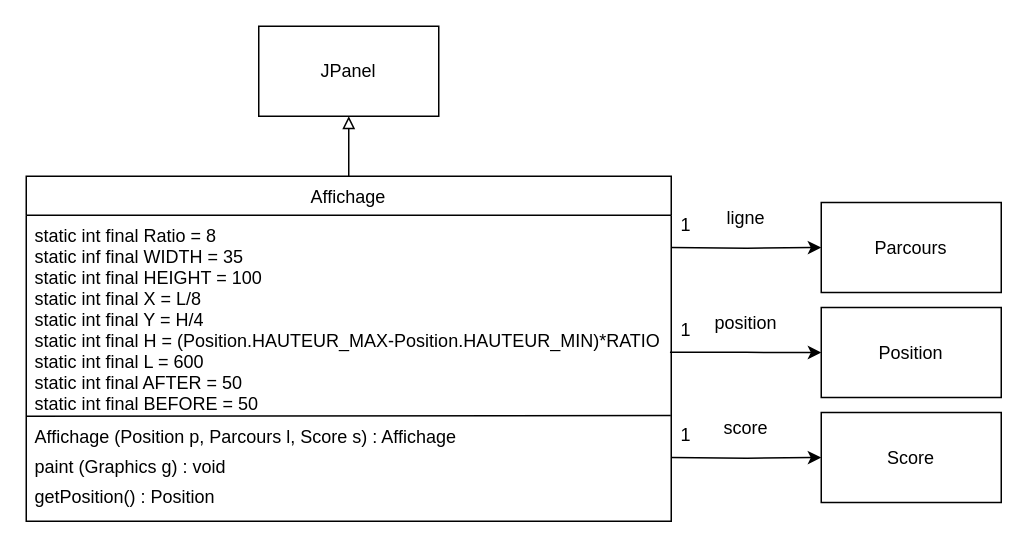
Above: ressources/Affichage.drawio in SushiAtomiqueUPS/PCII_ProjetTutore (draw.io), before the change. Source tidied: cells renumbered, new cells numbered last; positions are measured from the earlier drawing's top-left corner, leaving out a move shared by most shapes. Both pictures are drawn from the tidied source at 150%, with x=0, y=0 at pixel (26, 26).
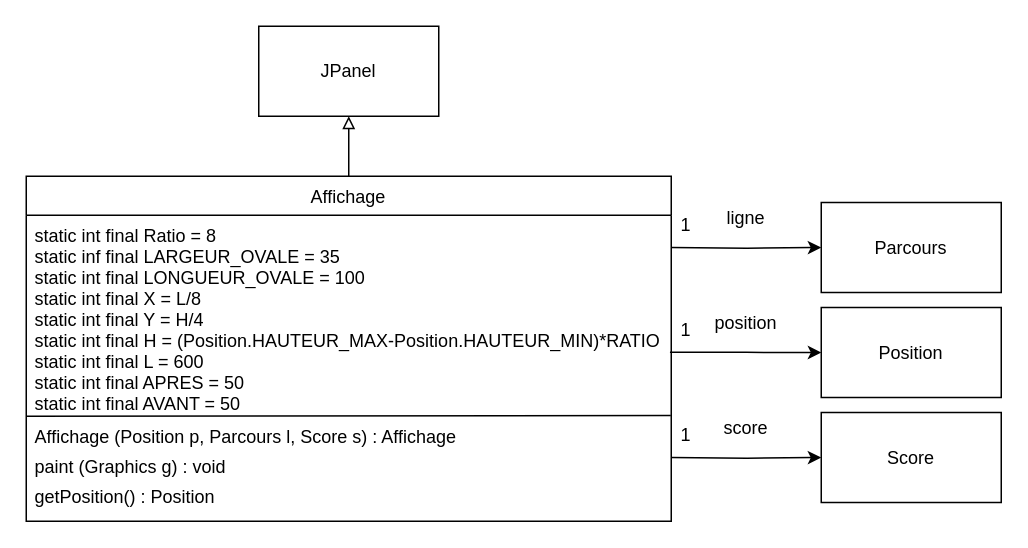
The same diagram, later.

Unchanged cells that the change refers to:
```xml
<mxCell id="3" value="Affichage" style="swimlane;fontStyle=0;align=center;verticalAlign=top;horizontal=1;startSize=26;rounded=0;shadow=0;strokeWidth=1;" parent="1" vertex="1">
  <mxGeometry y="100" width="430" height="230" as="geometry" />
</mxCell>
```

The edit, as a diff of the source:
```diff
@@
-    <mxCell id="4" value="static int final Ratio = 8&#10;static inf final WIDTH = 35&#10;static int final HEIGHT = 100&#10;static int final X = L/8&#10;static int final Y = H/4&#10;static int final H = (Position.HAUTEUR_MAX-Position.HAUTEUR_MIN)*RATIO &#10;static int final L = 600&#10;static int final AFTER = 50&#10;static int final BEFORE = 50" style="text;align=left;verticalAlign=top;spacingLeft=4;spacingRight=4;overflow=hidden;points=[[0,0.5],[1,0.5]];portConstraint=eastwest;" parent="3" vertex="1">
+    <mxCell id="4" value="static int final Ratio = 8&#10;static inf final LARGEUR_OVALE = 35&#10;static int final LONGUEUR_OVALE = 100&#10;static int final X = L/8&#10;static int final Y = H/4&#10;static int final H = (Position.HAUTEUR_MAX-Position.HAUTEUR_MIN)*RATIO &#10;static int final L = 600&#10;static int final APRES = 50&#10;static int final AVANT = 50" style="text;align=left;verticalAlign=top;spacingLeft=4;spacingRight=4;overflow=hidden;points=[[0,0.5],[1,0.5]];portConstraint=eastwest;" parent="3" vertex="1">
       <mxGeometry y="26" width="430" height="134" as="geometry" />
     </mxCell>
```
